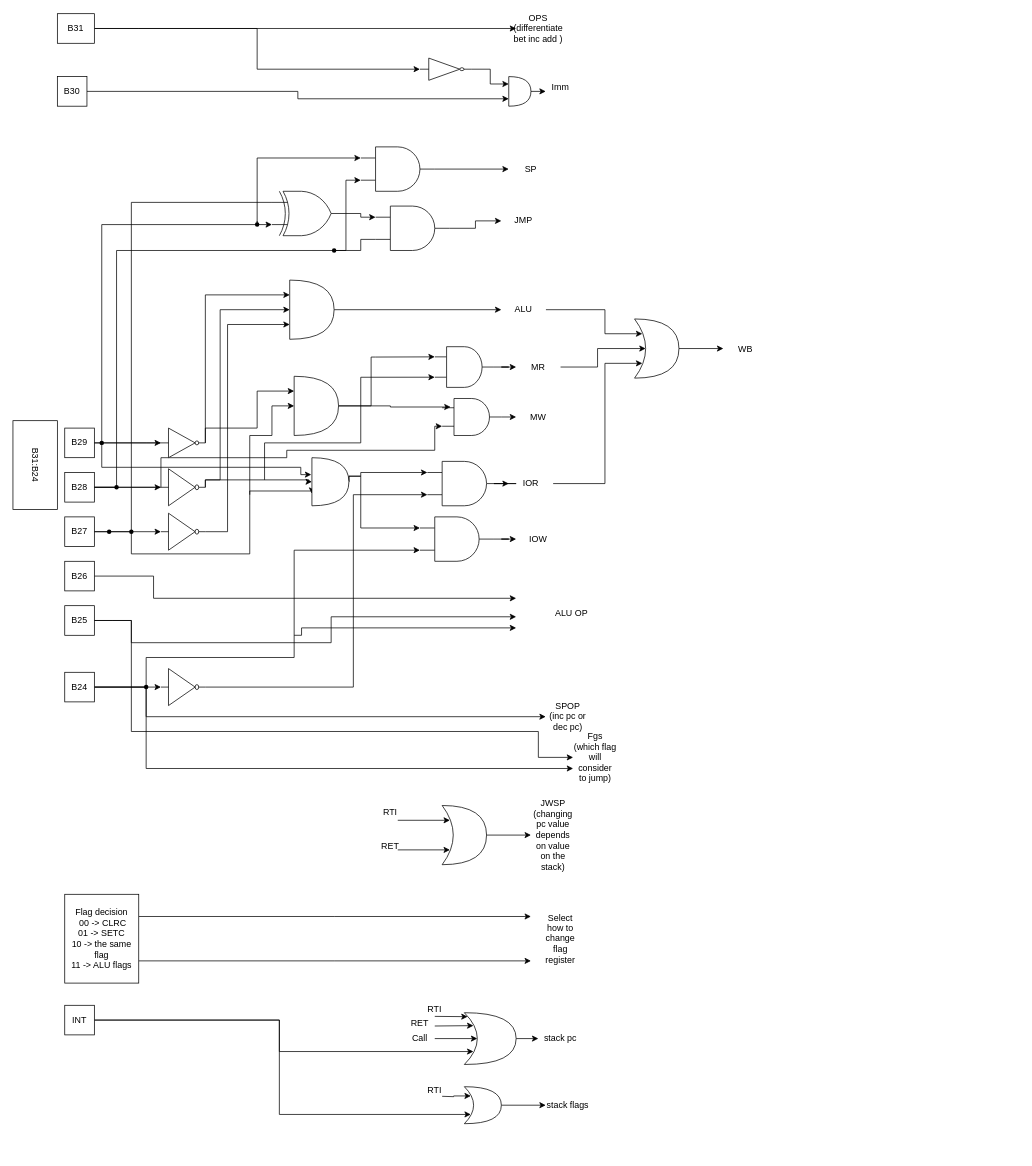
Above: page "Page-2" (2 of 3) of Docs/Design.drawio in AdhamAliAbdelAal/Pipelined-Processor (draw.io), before the change. Source tidied: cells renumbered, new cells numbered last; positions are measured from the earlier drawing's top-left corner, leaving out a move shared by most shapes. Both pictures are drawn from the tidied source at 74%, with x=0, y=0 at pixel (-10, 13).
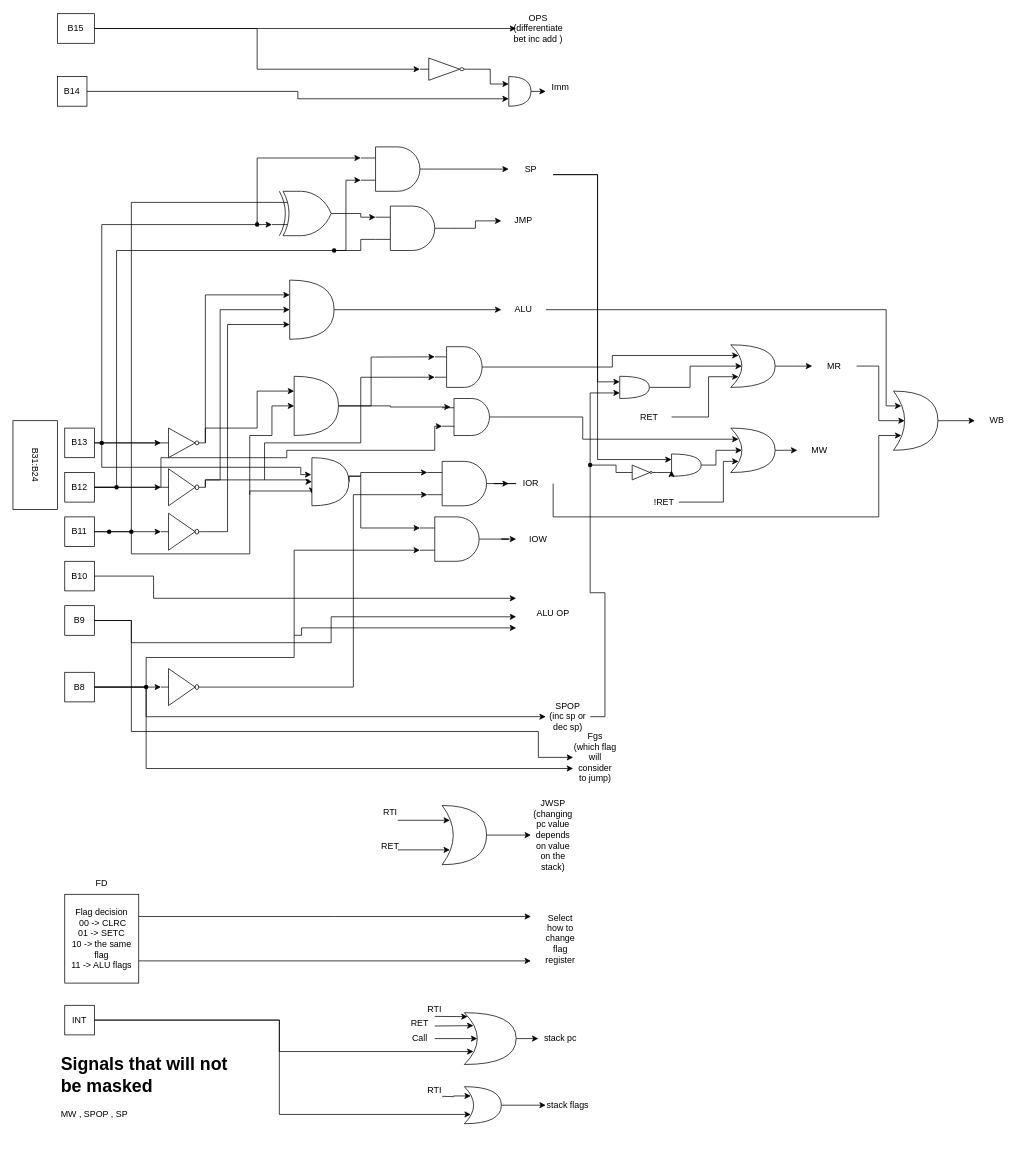
The same page after the edit.

The change refers to these unchanged cells:
```xml
<mxCell id="34" value="IOR" style="text;html=1;strokeColor=none;fillColor=none;align=center;verticalAlign=middle;whiteSpace=wrap;rounded=0;fontSize=12;" parent="1" vertex="1">
  <mxGeometry x="700" y="620" width="60" height="30" as="geometry" />
</mxCell>
<mxCell id="55" style="verticalLabelPosition=bottom;shadow=0;dashed=0;align=center;html=1;verticalAlign=top;shape=mxgraph.electrical.logic_gates.logic_gate;operation=and;fontSize=12;" parent="1" vertex="1">
  <mxGeometry x="600" y="450" width="80" height="55" as="geometry" />
</mxCell>
<mxCell id="57" style="verticalLabelPosition=bottom;shadow=0;dashed=0;align=center;html=1;verticalAlign=top;shape=mxgraph.electrical.logic_gates.logic_gate;operation=and;fontSize=12;" parent="1" vertex="1">
  <mxGeometry x="610" y="520" width="80" height="50" as="geometry" />
</mxCell>
<mxCell id="62" value="ALU" style="text;html=1;strokeColor=none;fillColor=default;align=center;verticalAlign=middle;whiteSpace=wrap;rounded=0;fontSize=12;" parent="1" vertex="1">
  <mxGeometry x="690" y="385" width="60" height="30" as="geometry" />
</mxCell>
<mxCell id="81" value="SP" style="text;html=1;strokeColor=none;fillColor=none;align=center;verticalAlign=middle;whiteSpace=wrap;rounded=0;fontSize=12;" parent="1" vertex="1">
  <mxGeometry x="700" y="195" width="60" height="30" as="geometry" />
</mxCell>
```

Change to the diagram source:
```diff
@@
-    <mxCell id="5" value="B31" style="rounded=0;whiteSpace=wrap;html=1;fontSize=12;" parent="1" vertex="1">
+    <mxCell id="5" value="B15" style="rounded=0;whiteSpace=wrap;html=1;fontSize=12;" parent="1" vertex="1">
       <mxGeometry x="90" width="50" height="40" as="geometry" />
     </mxCell>
@@
-    <mxCell id="7" value="B30" style="rounded=0;whiteSpace=wrap;html=1;fontSize=12;" parent="1" vertex="1">
+    <mxCell id="7" value="B14" style="rounded=0;whiteSpace=wrap;html=1;fontSize=12;" parent="1" vertex="1">
       <mxGeometry x="90" y="85" width="40" height="40" as="geometry" />
     </mxCell>
@@
-    <mxCell id="10" value="B29" style="rounded=0;whiteSpace=wrap;html=1;fontSize=12;" parent="1" vertex="1">
+    <mxCell id="10" value="B13" style="rounded=0;whiteSpace=wrap;html=1;fontSize=12;" parent="1" vertex="1">
       <mxGeometry x="100" y="560" width="40" height="40" as="geometry" />
     </mxCell>
@@
-    <mxCell id="13" value="B28" style="rounded=0;whiteSpace=wrap;html=1;fontSize=12;" parent="1" vertex="1">
+    <mxCell id="13" value="B12" style="rounded=0;whiteSpace=wrap;html=1;fontSize=12;" parent="1" vertex="1">
       <mxGeometry x="100" y="620" width="40" height="40" as="geometry" />
     </mxCell>
@@
-    <mxCell id="16" value="B27" style="rounded=0;whiteSpace=wrap;html=1;fontSize=12;" parent="1" vertex="1">
+    <mxCell id="16" value="B11" style="rounded=0;whiteSpace=wrap;html=1;fontSize=12;" parent="1" vertex="1">
       <mxGeometry x="100" y="680" width="40" height="40" as="geometry" />
     </mxCell>
@@
-    <mxCell id="18" value="B26" style="rounded=0;whiteSpace=wrap;html=1;fontSize=12;" parent="1" vertex="1">
+    <mxCell id="18" value="B10" style="rounded=0;whiteSpace=wrap;html=1;fontSize=12;" parent="1" vertex="1">
       <mxGeometry x="100" y="740" width="40" height="40" as="geometry" />
     </mxCell>
@@
-    <mxCell id="21" value="B25" style="rounded=0;whiteSpace=wrap;html=1;fontSize=12;" parent="1" vertex="1">
+    <mxCell id="21" value="B9" style="rounded=0;whiteSpace=wrap;html=1;fontSize=12;" parent="1" vertex="1">
       <mxGeometry x="100" y="800" width="40" height="40" as="geometry" />
     </mxCell>
@@
-    <mxCell id="26" value="B24" style="rounded=0;whiteSpace=wrap;html=1;fontSize=12;" parent="1" vertex="1">
+    <mxCell id="26" value="B8" style="rounded=0;whiteSpace=wrap;html=1;fontSize=12;" parent="1" vertex="1">
       <mxGeometry x="100" y="890" width="40" height="40" as="geometry" />
     </mxCell>
@@
-    <mxCell id="33" style="edgeStyle=orthogonalEdgeStyle;rounded=0;jettySize=auto;html=1;exitX=1;exitY=0.5;exitDx=0;exitDy=0;entryX=0.175;entryY=0.75;entryDx=0;entryDy=0;entryPerimeter=0;strokeColor=#000000;strokeWidth=1;fontSize=12;" parent="1" edge="1" source="34" target="66">
+    <mxCell id="33" style="edgeStyle=orthogonalEdgeStyle;rounded=0;jettySize=auto;html=1;exitX=1;exitY=0.5;exitDx=0;exitDy=0;entryX=0.175;entryY=0.75;entryDx=0;entryDy=0;entryPerimeter=0;" parent="1" edge="1" source="34" target="66">
       <mxGeometry relative="1" as="geometry">
         <Array as="points">
-          <mxPoint x="830" y="635" />
-          <mxPoint x="830" y="473" />
+          <mxPoint x="760" y="680" />
+          <mxPoint x="1200" y="680" />
+          <mxPoint x="1200" y="570" />
         </Array>
       </mxGeometry>
     </mxCell>
@@
-    <mxCell id="47" style="edgeStyle=orthogonalEdgeStyle;rounded=0;jettySize=auto;html=1;exitX=1;exitY=0.5;exitDx=0;exitDy=0;entryX=0.25;entryY=0.5;entryDx=0;entryDy=0;entryPerimeter=0;strokeColor=#000000;strokeWidth=1;fontSize=12;" parent="1" edge="1" source="48" target="66">
-      <mxGeometry relative="1" as="geometry" />
-    </mxCell>
-    <mxCell id="48" value="MR" style="text;html=1;strokeColor=none;fillColor=none;align=center;verticalAlign=middle;whiteSpace=wrap;rounded=0;fontSize=12;" parent="1" vertex="1">
-      <mxGeometry x="710" y="462.5" width="60" height="30" as="geometry" />
-    </mxCell>
@@
-    <mxCell id="53" value="MW" style="text;html=1;strokeColor=none;fillColor=none;align=center;verticalAlign=middle;whiteSpace=wrap;rounded=0;fontSize=12;" parent="1" vertex="1">
-      <mxGeometry x="710" y="530" width="60" height="30" as="geometry" />
-    </mxCell>
-    <mxCell id="54" style="edgeStyle=orthogonalEdgeStyle;rounded=0;jettySize=auto;html=1;strokeColor=#000000;strokeWidth=1;fontSize=12;" parent="1" edge="1" source="55" target="48">
+    <mxCell id="54" style="edgeStyle=orthogonalEdgeStyle;rounded=0;jettySize=auto;html=1;strokeColor=#000000;strokeWidth=1;fontSize=12;entryX=0.175;entryY=0.25;entryDx=0;entryDy=0;entryPerimeter=0;" parent="1" edge="1" source="55" target="135">
       <mxGeometry relative="1" as="geometry" />
     </mxCell>
@@
-    <mxCell id="56" style="edgeStyle=orthogonalEdgeStyle;rounded=0;jettySize=auto;html=1;exitX=1;exitY=0.5;exitDx=0;exitDy=0;exitPerimeter=0;entryX=0;entryY=0.5;entryDx=0;entryDy=0;strokeColor=#000000;strokeWidth=1;fontSize=12;" parent="1" edge="1" source="57" target="53">
-      <mxGeometry relative="1" as="geometry" />
-    </mxCell>
+    <mxCell id="129" style="edgeStyle=orthogonalEdgeStyle;rounded=0;jettySize=auto;html=1;exitX=1;exitY=0.5;exitDx=0;exitDy=0;exitPerimeter=0;entryX=0.175;entryY=0.25;entryDx=0;entryDy=0;entryPerimeter=0;" parent="1" edge="1" source="57" target="141">
+      <mxGeometry relative="1" as="geometry">
+        <Array as="points">
+          <mxPoint x="800" y="545" />
+          <mxPoint x="800" y="575" />
+        </Array>
+      </mxGeometry>
+    </mxCell>
@@
-    <mxCell id="61" style="edgeStyle=orthogonalEdgeStyle;rounded=0;jettySize=auto;html=1;exitX=1;exitY=0.5;exitDx=0;exitDy=0;entryX=0.175;entryY=0.25;entryDx=0;entryDy=0;entryPerimeter=0;strokeColor=#000000;strokeWidth=1;fontSize=12;" parent="1" edge="1" source="62" target="66">
+    <mxCell id="61" style="edgeStyle=orthogonalEdgeStyle;rounded=0;jettySize=auto;html=1;exitX=1;exitY=0.5;exitDx=0;exitDy=0;entryX=0.175;entryY=0.25;entryDx=0;entryDy=0;entryPerimeter=0;" parent="1" edge="1" source="62" target="66">
       <mxGeometry relative="1" as="geometry">
         <Array as="points">
-          <mxPoint x="830" y="400" />
-          <mxPoint x="830" y="433" />
+          <mxPoint x="1210" y="400" />
+          <mxPoint x="1210" y="530" />
         </Array>
       </mxGeometry>
     </mxCell>
@@
     <mxCell id="63" value="ALU OP" style="text;html=1;strokeColor=none;fillColor=none;align=center;verticalAlign=middle;whiteSpace=wrap;rounded=0;fontSize=12;" parent="1" vertex="1">
-      <mxGeometry x="710" y="780" width="150" height="60" as="geometry" />
+      <mxGeometry x="710" y="780" width="100" height="60" as="geometry" />
     </mxCell>
@@
     <mxCell id="66" style="shape=xor;whiteSpace=wrap;html=1;fontSize=12;" parent="1" vertex="1">
-      <mxGeometry x="870" y="412.5" width="60" height="80" as="geometry" />
+      <mxGeometry x="1220" y="510" width="60" height="80" as="geometry" />
     </mxCell>
     <mxCell id="67" value="WB" style="text;html=1;strokeColor=none;fillColor=none;align=center;verticalAlign=middle;whiteSpace=wrap;rounded=0;fontSize=12;" parent="1" vertex="1">
-      <mxGeometry x="990" y="437.5" width="60" height="30" as="geometry" />
+      <mxGeometry x="1330" y="535" width="60" height="30" as="geometry" />
     </mxCell>
@@
+    <mxCell id="130" style="edgeStyle=orthogonalEdgeStyle;rounded=0;jettySize=auto;html=1;exitX=1;exitY=0.75;exitDx=0;exitDy=0;entryX=0;entryY=0.25;entryDx=0;entryDy=0;entryPerimeter=0;" parent="1" edge="1" source="81" target="137">
+      <mxGeometry relative="1" as="geometry">
+        <Array as="points">
+          <mxPoint x="820" y="218" />
+          <mxPoint x="820" y="498" />
+        </Array>
+      </mxGeometry>
+    </mxCell>
+    <mxCell id="131" style="edgeStyle=orthogonalEdgeStyle;rounded=0;jettySize=auto;html=1;exitX=1;exitY=0.75;exitDx=0;exitDy=0;entryX=0;entryY=0.25;entryDx=0;entryDy=0;entryPerimeter=0;" parent="1" edge="1" source="81" target="143">
+      <mxGeometry relative="1" as="geometry">
+        <Array as="points">
+          <mxPoint x="820" y="218" />
+          <mxPoint x="820" y="603" />
+        </Array>
+      </mxGeometry>
+    </mxCell>
@@
+    <mxCell id="132" style="edgeStyle=orthogonalEdgeStyle;rounded=0;jettySize=auto;html=1;exitDx=0;exitDy=0;entryX=0;entryY=0.75;entryDx=0;entryDy=0;entryPerimeter=0;startArrow=none;" parent="1" edge="1" source="146" target="137">
+      <mxGeometry relative="1" as="geometry">
+        <Array as="points">
+          <mxPoint x="810" y="513" />
+        </Array>
+      </mxGeometry>
+    </mxCell>
-    <mxCell id="87" value="SPOP&lt;br&gt;(inc pc or dec pc)" style="text;html=1;strokeColor=none;fillColor=none;align=center;verticalAlign=middle;whiteSpace=wrap;rounded=0;fontSize=12;" parent="1" vertex="1">
+    <mxCell id="87" value="SPOP&lt;br&gt;(inc sp or dec sp)" style="text;html=1;strokeColor=none;fillColor=none;align=center;verticalAlign=middle;whiteSpace=wrap;rounded=0;fontSize=12;" parent="1" vertex="1">
       <mxGeometry x="750" y="935" width="60" height="30" as="geometry" />
     </mxCell>
@@
+    <mxCell id="133" value="FD" style="text;html=1;strokeColor=none;fillColor=none;align=center;verticalAlign=middle;whiteSpace=wrap;rounded=0;" parent="1" vertex="1">
+      <mxGeometry x="120" y="1160" width="60" height="30" as="geometry" />
+    </mxCell>
+    <mxCell id="134" style="edgeStyle=orthogonalEdgeStyle;rounded=0;jettySize=auto;html=1;" parent="1" edge="1" source="135" target="48">
+      <mxGeometry relative="1" as="geometry" />
+    </mxCell>
+    <mxCell id="135" style="shape=xor;whiteSpace=wrap;html=1;" parent="1" vertex="1">
+      <mxGeometry x="1000" y="447.5" width="60" height="57.5" as="geometry" />
+    </mxCell>
+    <mxCell id="47" style="edgeStyle=orthogonalEdgeStyle;rounded=0;jettySize=auto;html=1;exitX=1;exitY=0.5;exitDx=0;exitDy=0;entryX=0.25;entryY=0.5;entryDx=0;entryDy=0;entryPerimeter=0;" parent="1" edge="1" source="48" target="66">
+      <mxGeometry relative="1" as="geometry">
+        <Array as="points">
+          <mxPoint x="1200" y="476" />
+          <mxPoint x="1200" y="550" />
+        </Array>
+      </mxGeometry>
+    </mxCell>
+    <mxCell id="48" value="MR" style="text;html=1;strokeColor=none;fillColor=none;align=center;verticalAlign=middle;whiteSpace=wrap;rounded=0;" parent="1" vertex="1">
+      <mxGeometry x="1110" y="461.2" width="60" height="30" as="geometry" />
+    </mxCell>
+    <mxCell id="136" style="edgeStyle=orthogonalEdgeStyle;rounded=0;jettySize=auto;html=1;exitX=1;exitY=0.5;exitDx=0;exitDy=0;exitPerimeter=0;entryX=0.25;entryY=0.5;entryDx=0;entryDy=0;entryPerimeter=0;" parent="1" edge="1" source="137" target="135">
+      <mxGeometry relative="1" as="geometry" />
+    </mxCell>
+    <mxCell id="137" style="shape=or;whiteSpace=wrap;html=1;" parent="1" vertex="1">
+      <mxGeometry x="850" y="490" width="40" height="30" as="geometry" />
+    </mxCell>
+    <mxCell id="138" style="endArrow=classic;html=1;rounded=0;edgeStyle=orthogonalEdgeStyle;entryX=0.175;entryY=0.75;entryDx=0;entryDy=0;entryPerimeter=0;exitX=1;exitY=0.5;exitDx=0;exitDy=0;" parent="1" edge="1" source="139" target="135">
+      <mxGeometry relative="1" as="geometry">
+        <Array as="points">
+          <mxPoint x="970" y="545" />
+          <mxPoint x="970" y="491" />
+        </Array>
+      </mxGeometry>
+    </mxCell>
+    <mxCell id="139" value="RET" style="text;html=1;strokeColor=none;fillColor=none;align=center;verticalAlign=middle;whiteSpace=wrap;rounded=0;" parent="1" vertex="1">
+      <mxGeometry x="860" y="530" width="60" height="30" as="geometry" />
+    </mxCell>
+    <mxCell id="140" style="edgeStyle=orthogonalEdgeStyle;rounded=0;jettySize=auto;html=1;" parent="1" edge="1" source="141">
+      <mxGeometry relative="1" as="geometry">
+        <mxPoint x="1090" y="590" as="targetPoint" />
+      </mxGeometry>
+    </mxCell>
+    <mxCell id="141" style="shape=xor;whiteSpace=wrap;html=1;" parent="1" vertex="1">
+      <mxGeometry x="1000" y="560" width="60" height="60" as="geometry" />
+    </mxCell>
+    <mxCell id="53" value="MW" style="text;html=1;strokeColor=none;fillColor=none;align=center;verticalAlign=middle;whiteSpace=wrap;rounded=0;" parent="1" vertex="1">
+      <mxGeometry x="1090" y="575" width="60" height="30" as="geometry" />
+    </mxCell>
+    <mxCell id="142" style="edgeStyle=orthogonalEdgeStyle;rounded=0;jettySize=auto;html=1;exitX=1;exitY=0.5;exitDx=0;exitDy=0;exitPerimeter=0;entryX=0.25;entryY=0.5;entryDx=0;entryDy=0;entryPerimeter=0;" parent="1" edge="1" source="143" target="141">
+      <mxGeometry relative="1" as="geometry" />
+    </mxCell>
+    <mxCell id="143" style="shape=or;whiteSpace=wrap;html=1;" parent="1" vertex="1">
+      <mxGeometry x="920" y="595" width="40" height="30" as="geometry" />
+    </mxCell>
+    <mxCell id="144" style="edgeStyle=orthogonalEdgeStyle;rounded=0;jettySize=auto;html=1;exitX=1;exitY=0.5;exitDx=0;exitDy=0;exitPerimeter=0;entryX=0;entryY=0.75;entryDx=0;entryDy=0;entryPerimeter=0;" parent="1" edge="1" source="145" target="143">
+      <mxGeometry relative="1" as="geometry" />
+    </mxCell>
+    <mxCell id="145" style="verticalLabelPosition=bottom;shadow=0;dashed=0;align=center;html=1;verticalAlign=top;shape=mxgraph.electrical.logic_gates.inverter_2;" parent="1" vertex="1">
+      <mxGeometry x="860" y="610" width="40" height="20" as="geometry" />
+    </mxCell>
+    <mxCell id="146" style="shape=waypoint;sketch=0;fillStyle=solid;size=6;points=[];fillColor=none;perimeter=centerPerimeter;snapToPoint=1;" parent="1" vertex="1">
+      <mxGeometry x="790" y="590" width="40" height="40" as="geometry" />
+    </mxCell>
+    <mxCell id="147" style="edgeStyle=orthogonalEdgeStyle;rounded=0;jettySize=auto;html=1;exitX=1;exitY=0.5;exitDx=0;exitDy=0;entryDx=0;entryDy=0;entryPerimeter=0;endArrow=none;entryX=0.62;entryY=0.555;" parent="1" edge="1" source="87" target="146">
+      <mxGeometry relative="1" as="geometry" />
+    </mxCell>
+    <mxCell id="148" style="endArrow=none;html=1;rounded=0;edgeStyle=orthogonalEdgeStyle;entryX=0;entryY=0.5;entryDx=0;entryDy=0;entryPerimeter=0;" parent="1" edge="1" source="146" target="145">
+      <mxGeometry relative="1" as="geometry" />
+    </mxCell>
+    <mxCell id="149" style="endArrow=classic;html=1;rounded=0;edgeStyle=orthogonalEdgeStyle;entryX=0.175;entryY=0.75;entryDx=0;entryDy=0;entryPerimeter=0;" parent="1" edge="1" target="141">
+      <mxGeometry relative="1" as="geometry">
+        <mxPoint x="930" y="660" as="sourcePoint" />
+        <Array as="points">
+          <mxPoint x="930" y="660" />
+          <mxPoint x="990" y="660" />
+          <mxPoint x="990" y="605" />
+        </Array>
+      </mxGeometry>
+    </mxCell>
+    <mxCell id="150" value="!RET" style="text;html=1;strokeColor=none;fillColor=none;align=center;verticalAlign=middle;whiteSpace=wrap;rounded=0;" parent="1" vertex="1">
+      <mxGeometry x="880" y="645" width="60" height="30" as="geometry" />
+    </mxCell>
+    <mxCell id="151" value="&lt;h1&gt;Signals that will not be masked&lt;/h1&gt;&lt;p&gt;MW , SPOP , SP&lt;/p&gt;" style="text;html=1;strokeColor=none;fillColor=none;spacing=5;spacingTop=-20;whiteSpace=wrap;overflow=hidden;rounded=0;" parent="1" vertex="1">
+      <mxGeometry x="90" y="1400" width="260" height="140" as="geometry" />
+    </mxCell>
```
